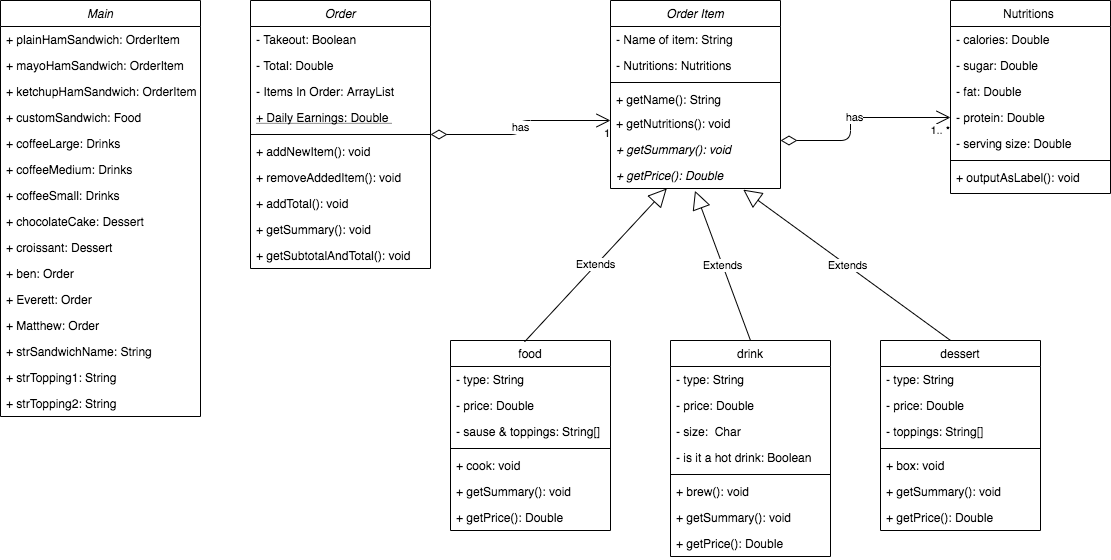
Before: src/OOPDrawioKB.png, a diagram exported from draw.io (SACHSTech/ics4u-oop-assignment-KevinB-school). Source tidied: cells renumbered, new cells last; positions are measured from the earlier drawing's top-left corner, leaving out a move shared by most shapes.
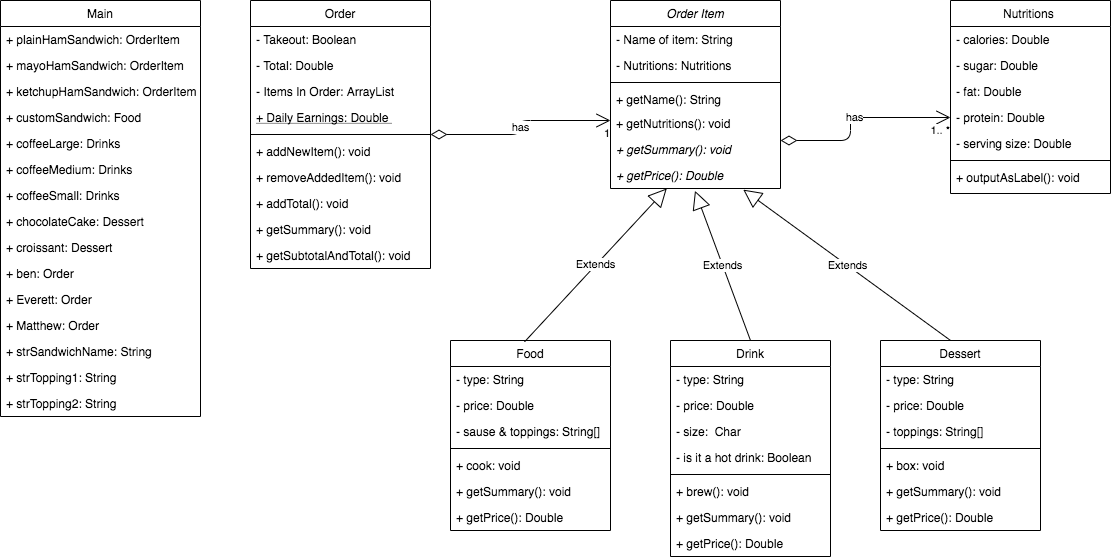
After the commit.

Commit message:
last last last diagram fix (titles and italics fix)

Diff of the diagram source:
```diff
@@ -26,7 +26,7 @@
     <mxCell id="9" value="+ getPrice(): Double" style="text;align=left;verticalAlign=top;spacingLeft=4;spacingRight=4;overflow=hidden;points=[[0,0.5],[1,0.5]];portConstraint=eastwest;fontStyle=2;" parent="2" vertex="1">
       <mxGeometry y="162" width="170" height="26" as="geometry" />
     </mxCell>
-    <mxCell id="10" value="food" style="swimlane;fontStyle=0;align=center;verticalAlign=top;horizontal=1;startSize=26;rounded=0;shadow=0;strokeWidth=1;" parent="1" vertex="1">
+    <mxCell id="10" value="Food" style="swimlane;fontStyle=0;align=center;verticalAlign=top;horizontal=1;startSize=26;rounded=0;shadow=0;strokeWidth=1;" parent="1" vertex="1">
       <mxGeometry x="450" y="340" width="160" height="190" as="geometry" />
     </mxCell>
     <mxCell id="11" value="- type: String" style="text;align=left;verticalAlign=top;spacingLeft=4;spacingRight=4;overflow=hidden;rounded=0;shadow=0;html=0;" parent="10" vertex="1">
@@ -74,7 +74,7 @@
     <mxCell id="25" value="+ outputAsLabel(): void" style="text;align=left;verticalAlign=top;spacingLeft=4;spacingRight=4;overflow=hidden;" parent="18" vertex="1">
       <mxGeometry y="164" width="160" height="26" as="geometry" />
     </mxCell>
-    <mxCell id="26" value="drink" style="swimlane;fontStyle=0;align=center;verticalAlign=top;horizontal=1;startSize=26;rounded=0;shadow=0;strokeWidth=1;" parent="1" vertex="1">
+    <mxCell id="26" value="Drink" style="swimlane;fontStyle=0;align=center;verticalAlign=top;horizontal=1;startSize=26;rounded=0;shadow=0;strokeWidth=1;" parent="1" vertex="1">
       <mxGeometry x="670" y="340" width="160" height="216" as="geometry" />
     </mxCell>
     <mxCell id="27" value="- type: String" style="text;align=left;verticalAlign=top;spacingLeft=4;spacingRight=4;overflow=hidden;rounded=0;shadow=0;html=0;" parent="26" vertex="1">
@@ -101,7 +101,7 @@
     <mxCell id="34" value="+ getPrice(): Double" style="text;align=left;verticalAlign=top;spacingLeft=4;spacingRight=4;overflow=hidden;fontStyle=0;" parent="26" vertex="1">
       <mxGeometry y="190" width="160" height="26" as="geometry" />
     </mxCell>
-    <mxCell id="35" value="dessert" style="swimlane;fontStyle=0;align=center;verticalAlign=top;horizontal=1;startSize=26;rounded=0;shadow=0;strokeWidth=1;" parent="1" vertex="1">
+    <mxCell id="35" value="Dessert" style="swimlane;fontStyle=0;align=center;verticalAlign=top;horizontal=1;startSize=26;rounded=0;shadow=0;strokeWidth=1;" parent="1" vertex="1">
       <mxGeometry x="880" y="340" width="160" height="190" as="geometry" />
     </mxCell>
     <mxCell id="36" value="- type: String" style="text;align=left;verticalAlign=top;spacingLeft=4;spacingRight=4;overflow=hidden;rounded=0;shadow=0;html=0;" parent="35" vertex="1">
@@ -134,7 +134,7 @@
     <mxCell id="45" value="Extends" style="endArrow=block;endSize=16;endFill=0;html=1;exitX=0.438;exitY=0;exitDx=0;exitDy=0;exitPerimeter=0;entryX=0.781;entryY=1.043;entryDx=0;entryDy=0;entryPerimeter=0;" parent="1" edge="1" source="35" target="9">
       <mxGeometry relative="1" as="geometry" />
     </mxCell>
-    <mxCell id="46" value="Order" style="swimlane;fontStyle=2;align=center;verticalAlign=top;horizontal=1;startSize=26;rounded=0;shadow=0;strokeWidth=1;" parent="1" vertex="1">
+    <mxCell id="46" value="Order" style="swimlane;fontStyle=0;align=center;verticalAlign=top;horizontal=1;startSize=26;rounded=0;shadow=0;strokeWidth=1;" parent="1" vertex="1">
       <mxGeometry x="250" width="180" height="268" as="geometry" />
     </mxCell>
     <mxCell id="47" value="- Takeout: Boolean " style="text;align=left;verticalAlign=top;spacingLeft=4;spacingRight=4;overflow=hidden;" parent="46" vertex="1">
@@ -187,7 +187,7 @@
     <mxCell id="60" value="1" style="edgeLabel;html=1;align=right;verticalAlign=top;" parent="59" vertex="1">
       <mxGeometry x="1" relative="1" as="geometry" />
     </mxCell>
-    <mxCell id="61" value="Main" style="swimlane;fontStyle=2;align=center;verticalAlign=top;horizontal=1;startSize=26;rounded=0;shadow=0;strokeWidth=1;" parent="1" vertex="1">
+    <mxCell id="61" value="Main" style="swimlane;fontStyle=0;align=center;verticalAlign=top;horizontal=1;startSize=26;rounded=0;shadow=0;strokeWidth=1;" parent="1" vertex="1">
       <mxGeometry width="200" height="416" as="geometry" />
     </mxCell>
     <mxCell id="62" value="+ plainHamSandwich: OrderItem&#10; " style="text;align=left;verticalAlign=top;spacingLeft=4;spacingRight=4;overflow=hidden;" parent="61" vertex="1">
```
